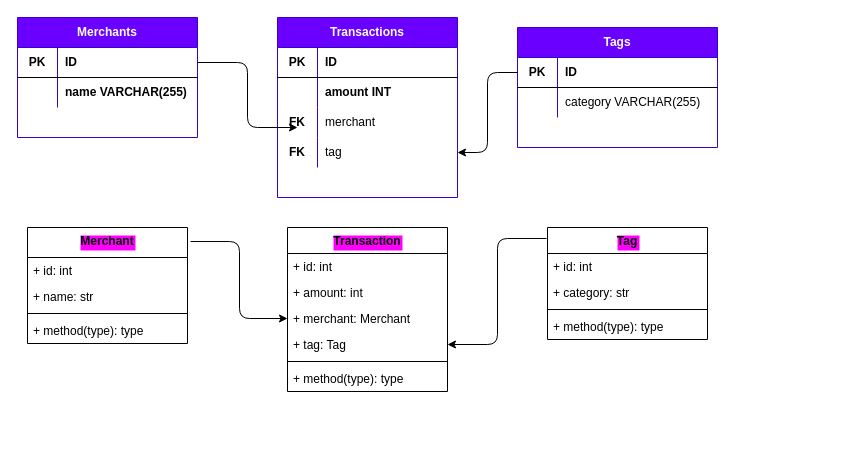
The draw.io diagram planning/planning.drawio in Astra-Gal/budgie_budget_python, before the edit. Source tidied: cells renumbered, new cells numbered last; positions are measured from the earlier drawing's top-left corner, leaving out a move shared by most shapes. Both pictures are drawn from the tidied source at 100%, with x=0, y=0 at pixel (17, 17).
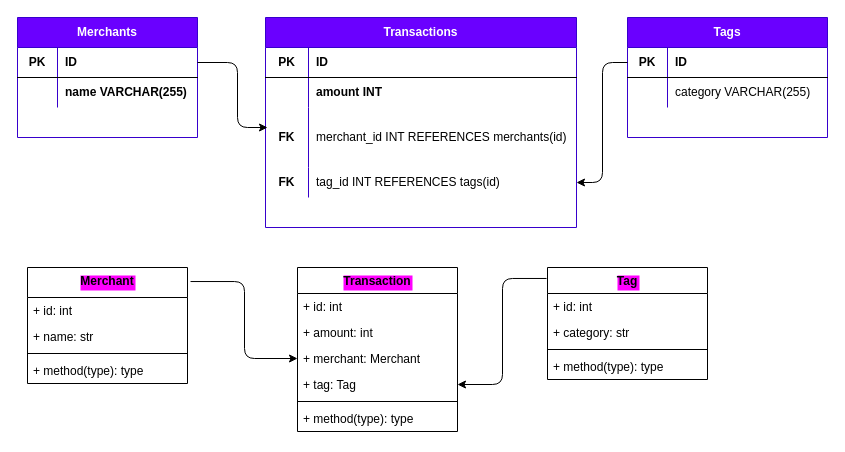
After the change.

The change refers to these unchanged cells:
```xml
<mxCell id="3" style="shape=partialRectangle;html=1;whiteSpace=wrap;fillColor=none;top=0;left=0;bottom=1;right=0;points=[[0,0.5],[1,0.5]];portConstraint=eastwest;fontStyle=1;" parent="2" vertex="1">
  <mxGeometry y="30" width="180" height="30" as="geometry" />
</mxCell>
```

What changed in the source:
```diff
@@
     <mxCell id="9" value="Transactions" style="shape=table;html=1;whiteSpace=wrap;startSize=30;childLayout=tableLayout;rowLines=0;fontStyle=1;align=center;fillColor=#6a00ff;strokeColor=#3700CC;fontColor=#ffffff;" parent="1" vertex="1">
-      <mxGeometry x="260" width="180" height="180" as="geometry" />
+      <mxGeometry x="248" width="311" height="210" as="geometry" />
     </mxCell>
     <mxCell id="10" style="shape=partialRectangle;html=1;whiteSpace=wrap;fillColor=none;top=0;left=0;bottom=1;right=0;fontStyle=1;" parent="9" vertex="1">
-      <mxGeometry y="30" width="180" height="30" as="geometry" />
+      <mxGeometry y="30" width="311" height="30" as="geometry" />
     </mxCell>
     <mxCell id="11" value="PK" style="shape=partialRectangle;html=1;whiteSpace=wrap;fillColor=none;top=0;left=0;bottom=0;right=0;overflow=hidden;fontStyle=1;" parent="10" vertex="1">
-      <mxGeometry width="40" height="30" as="geometry" />
+      <mxGeometry width="43" height="30" as="geometry" />
     </mxCell>
     <mxCell id="12" value="ID" style="shape=partialRectangle;html=1;whiteSpace=wrap;fillColor=none;top=0;left=0;bottom=0;right=0;align=left;spacingLeft=6;overflow=hidden;fontStyle=1;" parent="10" vertex="1">
-      <mxGeometry x="40" width="140" height="30" as="geometry" />
+      <mxGeometry x="43" width="268" height="30" as="geometry" />
     </mxCell>
     <mxCell id="13" style="shape=partialRectangle;html=1;whiteSpace=wrap;fillColor=none;top=0;left=0;bottom=0;right=0;fontStyle=1;" parent="9" vertex="1">
-      <mxGeometry y="60" width="180" height="30" as="geometry" />
+      <mxGeometry y="60" width="311" height="30" as="geometry" />
     </mxCell>
     <mxCell id="14" style="shape=partialRectangle;html=1;whiteSpace=wrap;fillColor=none;top=0;left=0;bottom=0;right=0;overflow=hidden;fontStyle=1;" parent="13" vertex="1">
-      <mxGeometry width="40" height="30" as="geometry" />
+      <mxGeometry width="43" height="30" as="geometry" />
     </mxCell>
     <mxCell id="15" value="amount INT" style="shape=partialRectangle;html=1;whiteSpace=wrap;fillColor=none;top=0;left=0;bottom=0;right=0;align=left;spacingLeft=6;overflow=hidden;fontStyle=1;" parent="13" vertex="1">
-      <mxGeometry x="40" width="140" height="30" as="geometry" />
+      <mxGeometry x="43" width="268" height="30" as="geometry" />
     </mxCell>
     <mxCell id="16" style="shape=partialRectangle;html=1;whiteSpace=wrap;fillColor=none;top=0;left=0;bottom=0;right=0;fontStyle=1;" parent="9" vertex="1">
-      <mxGeometry y="90" width="180" height="30" as="geometry" />
+      <mxGeometry y="90" width="311" height="60" as="geometry" />
     </mxCell>
     <mxCell id="17" value="FK" style="shape=partialRectangle;html=1;whiteSpace=wrap;fillColor=none;top=0;left=0;bottom=0;right=0;overflow=hidden;fontStyle=1;" parent="16" vertex="1">
-      <mxGeometry width="40" height="30" as="geometry" />
+      <mxGeometry width="43" height="60" as="geometry" />
     </mxCell>
-    <mxCell id="18" value="&lt;span style=&quot;font-weight: normal&quot;&gt;merchant&lt;/span&gt;" style="shape=partialRectangle;html=1;whiteSpace=wrap;fillColor=none;top=0;left=0;bottom=0;right=0;align=left;spacingLeft=6;overflow=hidden;fontStyle=1;" parent="16" vertex="1">
-      <mxGeometry x="40" width="140" height="30" as="geometry" />
+    <mxCell id="18" value="&lt;span style=&quot;font-weight: normal&quot;&gt;merchant_id INT REFERENCES merchants(id)&lt;/span&gt;" style="shape=partialRectangle;html=1;whiteSpace=wrap;fillColor=none;top=0;left=0;bottom=0;right=0;align=left;spacingLeft=6;overflow=hidden;fontStyle=1;" parent="16" vertex="1">
+      <mxGeometry x="43" width="268" height="60" as="geometry" />
     </mxCell>
     <mxCell id="19" style="shape=partialRectangle;html=1;whiteSpace=wrap;fillColor=none;top=0;left=0;bottom=0;right=0;points=[[0,0.5],[1,0.5]];portConstraint=eastwest;fontStyle=1;" parent="9" vertex="1">
-      <mxGeometry y="120" width="180" height="30" as="geometry" />
+      <mxGeometry y="150" width="311" height="30" as="geometry" />
     </mxCell>
     <mxCell id="20" value="FK" style="shape=partialRectangle;html=1;whiteSpace=wrap;fillColor=none;top=0;left=0;bottom=0;right=0;overflow=hidden;fontStyle=1;" parent="19" vertex="1">
-      <mxGeometry width="40" height="30" as="geometry" />
+      <mxGeometry width="43" height="30" as="geometry" />
     </mxCell>
-    <mxCell id="21" value="&lt;span style=&quot;font-weight: normal&quot;&gt;tag&lt;/span&gt;" style="shape=partialRectangle;html=1;whiteSpace=wrap;fillColor=none;top=0;left=0;bottom=0;right=0;align=left;spacingLeft=6;overflow=hidden;fontStyle=1;" parent="19" vertex="1">
-      <mxGeometry x="40" width="140" height="30" as="geometry" />
+    <mxCell id="21" value="&lt;span style=&quot;font-weight: normal&quot;&gt;tag_id INT REFERENCES tags(id)&lt;/span&gt;" style="shape=partialRectangle;html=1;whiteSpace=wrap;fillColor=none;top=0;left=0;bottom=0;right=0;align=left;spacingLeft=6;overflow=hidden;fontStyle=1;" parent="19" vertex="1">
+      <mxGeometry x="43" width="268" height="30" as="geometry" />
     </mxCell>
     <mxCell id="22" value="Tags" style="shape=table;html=1;whiteSpace=wrap;startSize=30;childLayout=tableLayout;rowLines=0;fontStyle=1;align=center;fillColor=#6a00ff;strokeColor=#3700CC;fontColor=#ffffff;" parent="1" vertex="1">
-      <mxGeometry x="500" y="10" width="200" height="120" as="geometry" />
+      <mxGeometry x="610" width="200" height="120" as="geometry" />
     </mxCell>
@@
     <mxCell id="29" style="edgeStyle=elbowEdgeStyle;elbow=horizontal;endArrow=classic;html=1;exitX=1;exitY=0.5;exitDx=0;exitDy=0;" parent="1" edge="1" source="3">
       <mxGeometry relative="1" as="geometry">
-        <mxPoint x="280" y="110" as="targetPoint" />
+        <mxPoint x="250" y="110" as="targetPoint" />
+        <Array as="points">
+          <mxPoint x="220" y="80" />
+        </Array>
       </mxGeometry>
     </mxCell>
@@
     <mxCell id="31" value="Merchant" style="swimlane;fontStyle=1;align=center;verticalAlign=top;horizontal=1;startSize=30;labelBackgroundColor=#FF00FF;" parent="1" vertex="1">
-      <mxGeometry x="10" y="210" width="160" height="116" as="geometry" />
+      <mxGeometry x="10" y="250" width="160" height="116" as="geometry" />
     </mxCell>
@@
     <mxCell id="36" value="Transaction" style="swimlane;fontStyle=1;align=center;verticalAlign=top;horizontal=1;startSize=26;labelBackgroundColor=#FF00FF;" parent="1" vertex="1">
-      <mxGeometry x="270" y="210" width="160" height="164" as="geometry" />
+      <mxGeometry x="280" y="250" width="160" height="164" as="geometry" />
     </mxCell>
@@
     <mxCell id="43" value="Tag" style="swimlane;fontStyle=1;align=center;verticalAlign=top;horizontal=1;startSize=26;labelBackgroundColor=#FF00FF;" parent="1" vertex="1">
-      <mxGeometry x="530" y="210" width="160" height="112" as="geometry" />
+      <mxGeometry x="530" y="250" width="160" height="112" as="geometry" />
     </mxCell>
```
